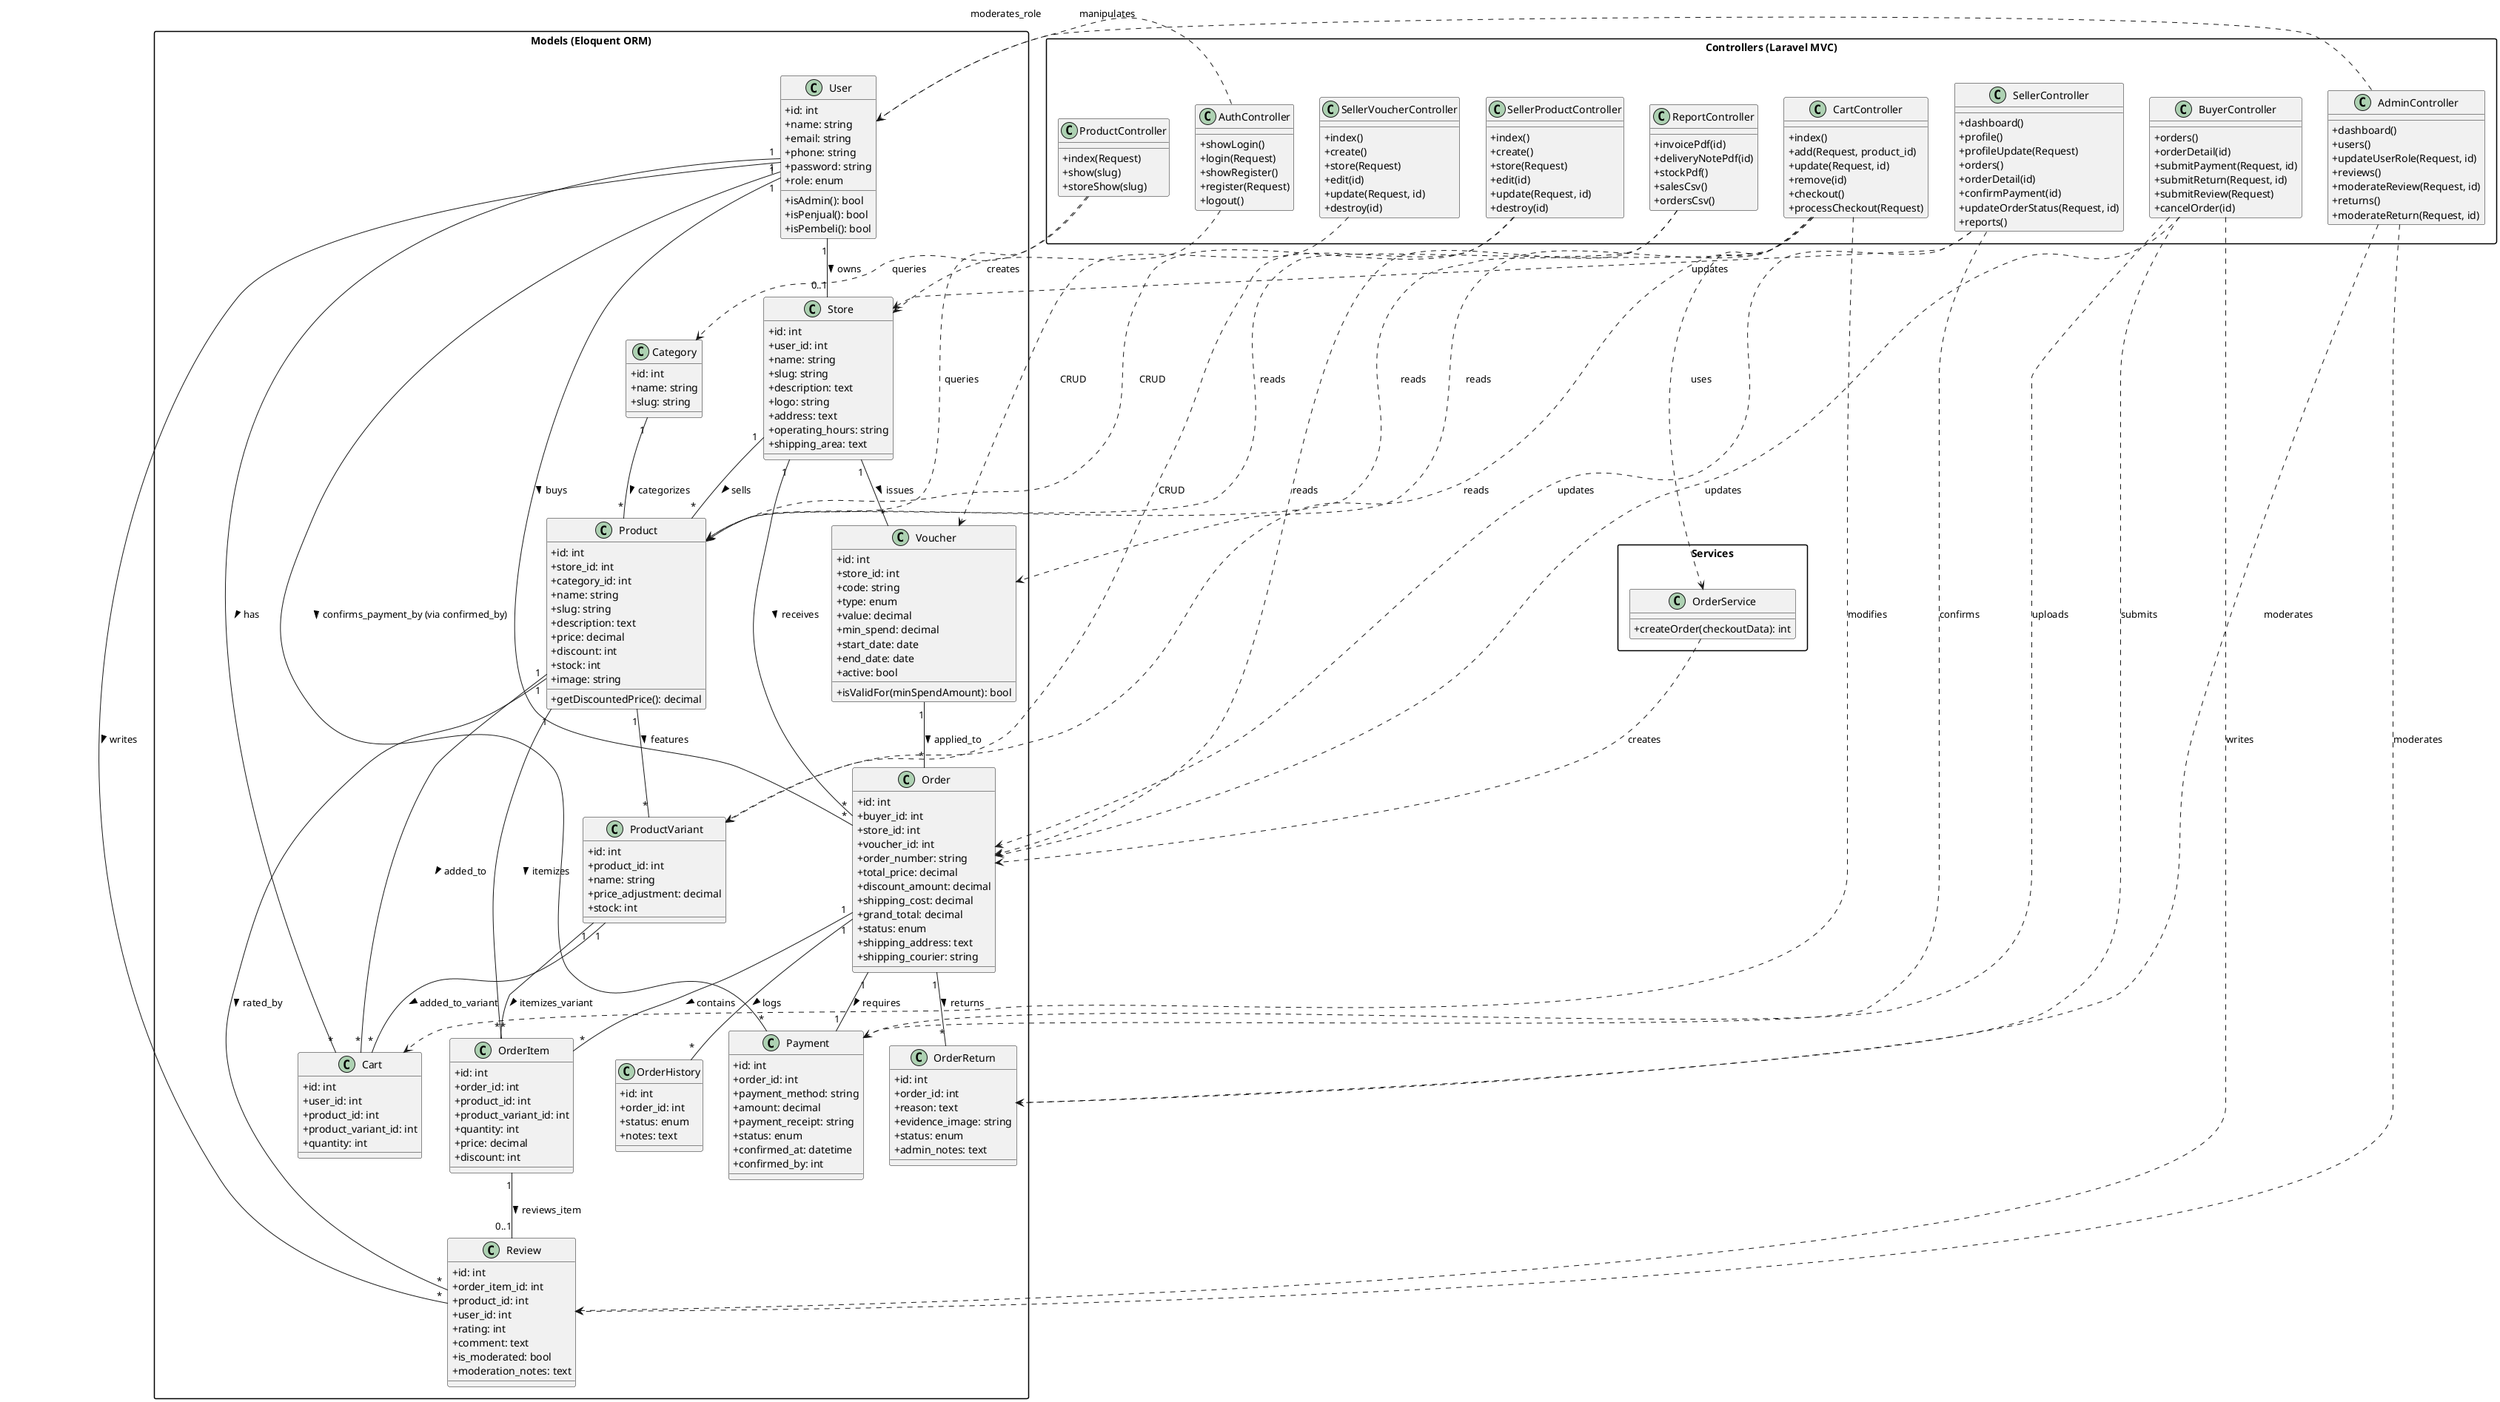
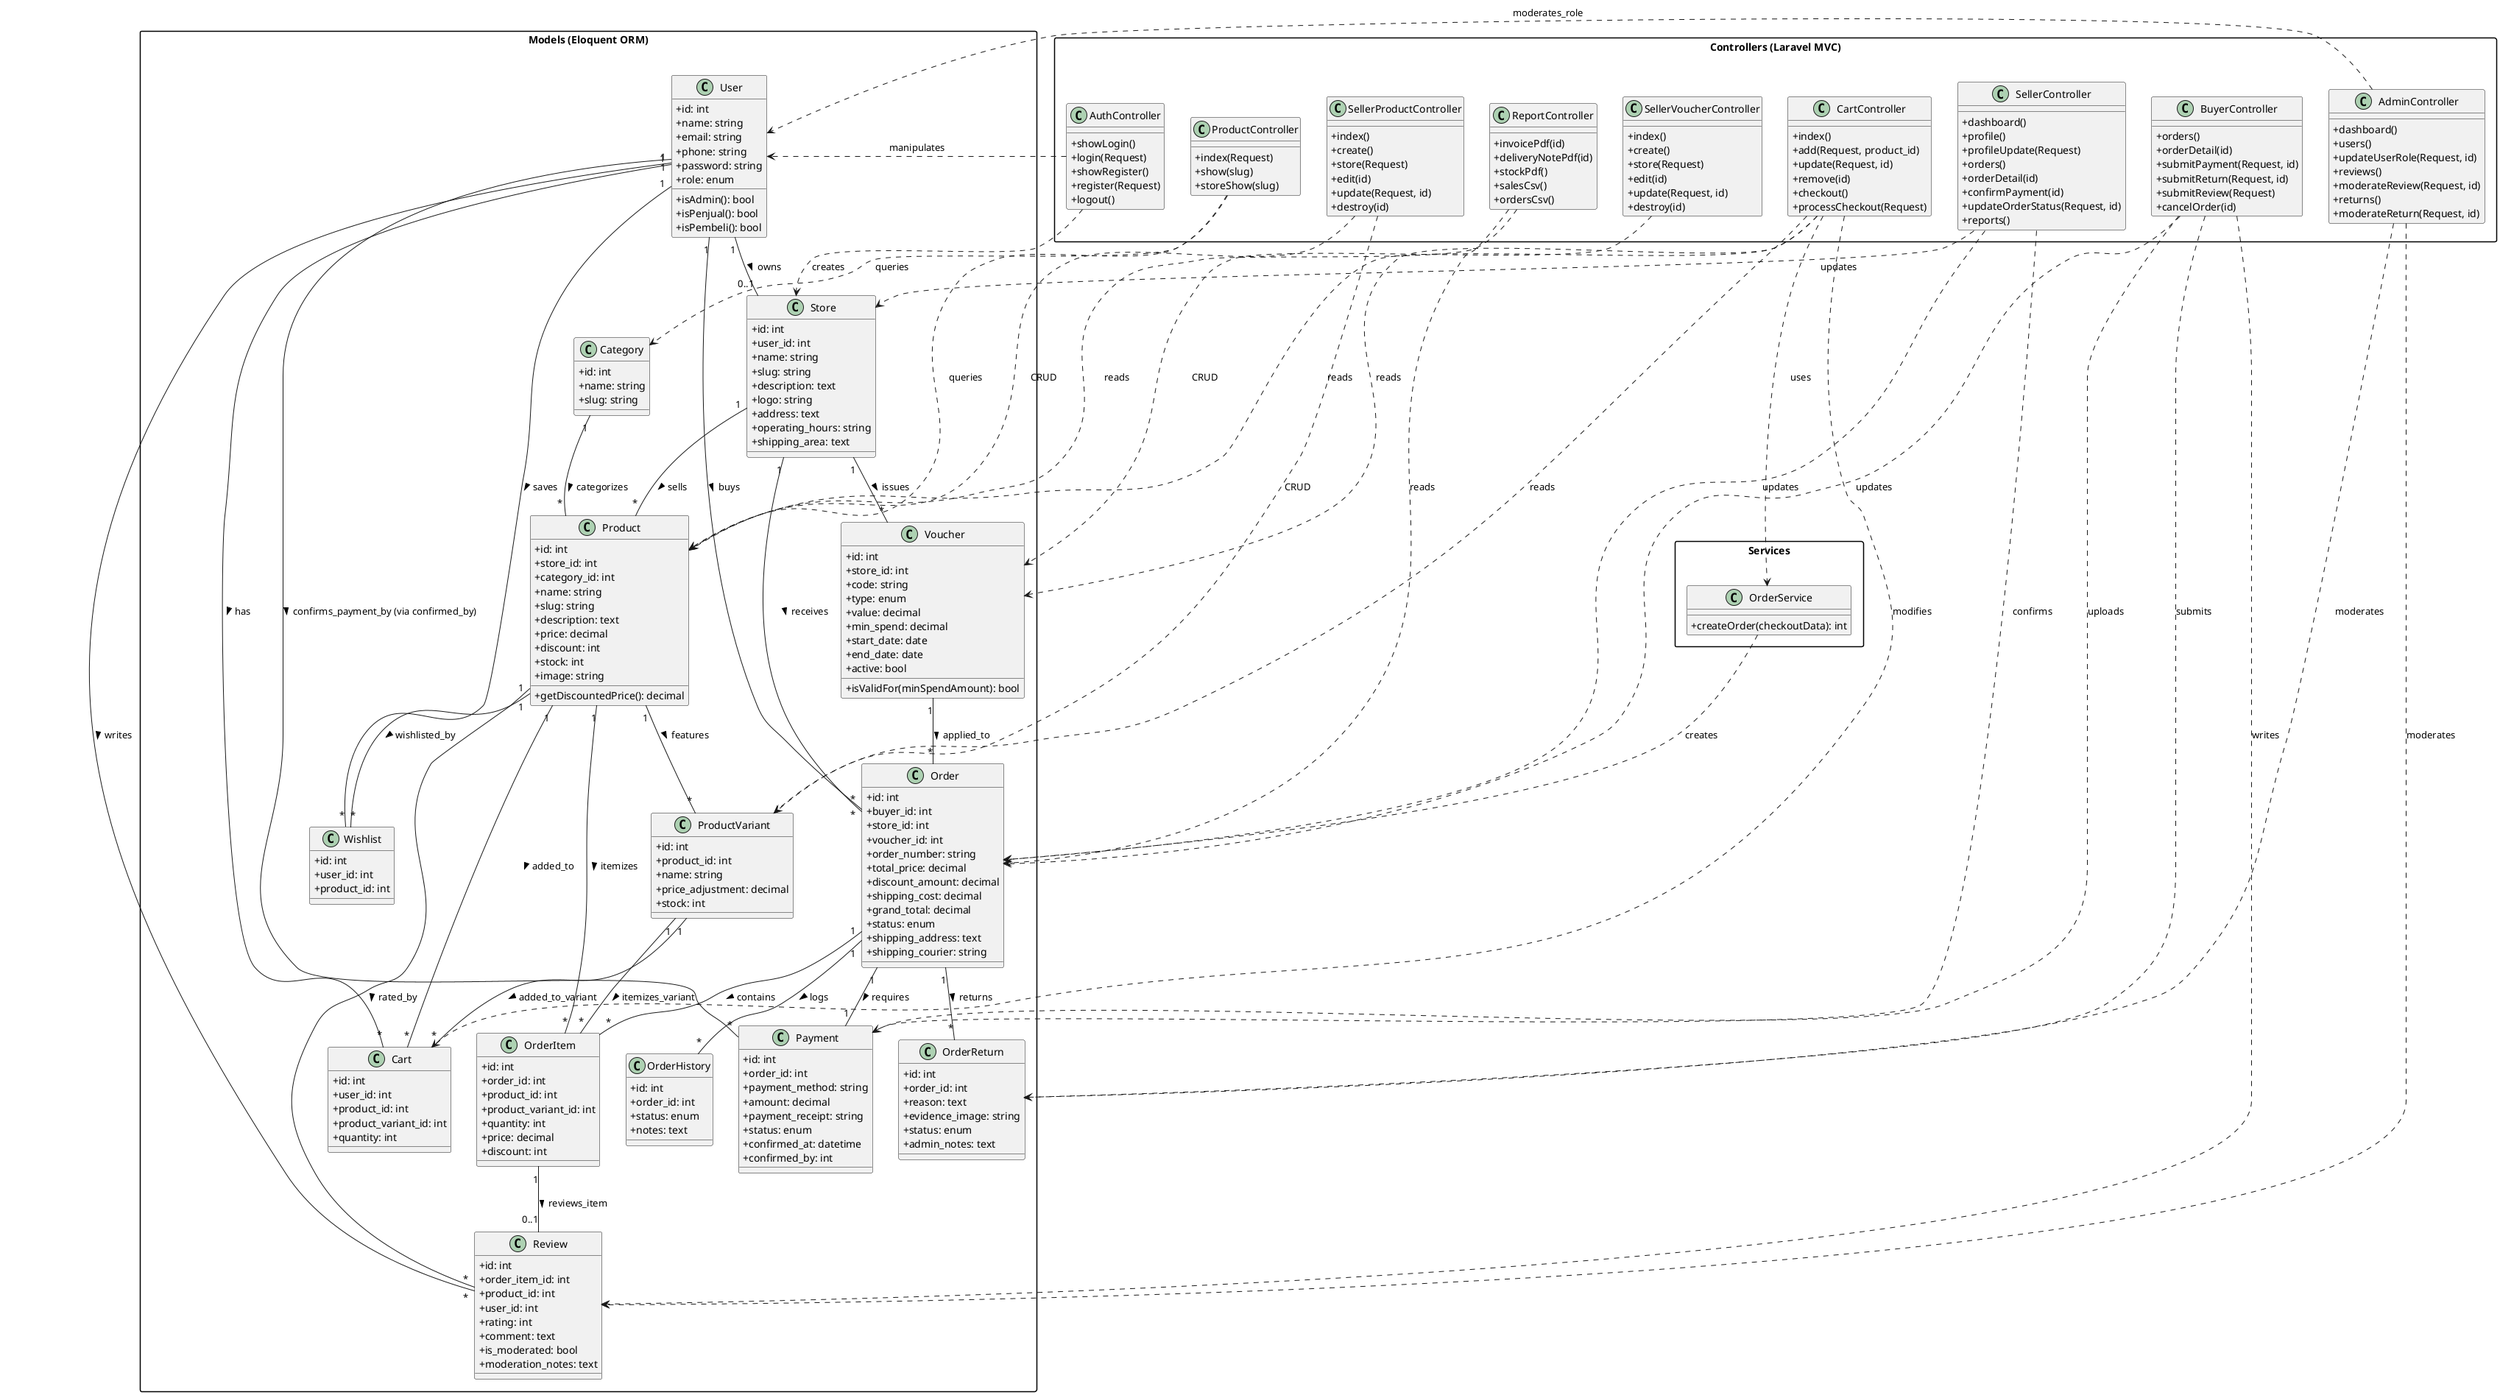
@startuml TokoKita Class Diagram
skinparam classAttributeIconSize 0
skinparam packageStyle rectangle

package "Controllers (Laravel MVC)" {
    class AuthController {
        +showLogin()
        +login(Request)
        +showRegister()
        +register(Request)
        +logout()
    }

    class ProductController {
        +index(Request)
        +show(slug)
        +storeShow(slug)
    }

    class CartController {
        +index()
        +add(Request, product_id)
        +update(Request, id)
        +remove(id)
        +checkout()
        +processCheckout(Request)
    }

    class BuyerController {
        +orders()
        +orderDetail(id)
        +submitPayment(Request, id)
        +submitReturn(Request, id)
        +submitReview(Request)
        +cancelOrder(id)
    }

    class SellerController {
        +dashboard()
        +profile()
        +profileUpdate(Request)
        +orders()
        +orderDetail(id)
        +confirmPayment(id)
        +updateOrderStatus(Request, id)
        +reports()
    }

    class SellerProductController {
        +index()
        +create()
        +store(Request)
        +edit(id)
        +update(Request, id)
        +destroy(id)
    }

    class SellerVoucherController {
        +index()
        +create()
        +store(Request)
        +edit(id)
        +update(Request, id)
        +destroy(id)
    }

    class AdminController {
        +dashboard()
        +users()
        +updateUserRole(Request, id)
        +reviews()
        +moderateReview(Request, id)
        +returns()
        +moderateReturn(Request, id)
    }

    class ReportController {
        +invoicePdf(id)
        +deliveryNotePdf(id)
        +stockPdf()
        +salesCsv()
        +ordersCsv()
    }
}

package "Services" {
    class OrderService {
        +createOrder(checkoutData): int
    }
}

package "Models (Eloquent ORM)" {
    class User {
        +id: int
        +name: string
        +email: string
        +phone: string
        +password: string
        +role: enum
        +isAdmin(): bool
        +isPenjual(): bool
        +isPembeli(): bool
    }

    class Store {
        +id: int
        +user_id: int
        +name: string
        +slug: string
        +description: text
        +logo: string
        +address: text
        +operating_hours: string
        +shipping_area: text
    }

    class Category {
        +id: int
        +name: string
        +slug: string
    }

    class Product {
        +id: int
        +store_id: int
        +category_id: int
        +name: string
        +slug: string
        +description: text
        +price: decimal
        +discount: int
        +stock: int
        +image: string
        +getDiscountedPrice(): decimal
    }

    class ProductVariant {
        +id: int
        +product_id: int
        +name: string
        +price_adjustment: decimal
        +stock: int
    }

    class Voucher {
        +id: int
        +store_id: int
        +code: string
        +type: enum
        +value: decimal
        +min_spend: decimal
        +start_date: date
        +end_date: date
        +active: bool
        +isValidFor(minSpendAmount): bool
    }

    class Cart {
        +id: int
        +user_id: int
        +product_id: int
        +product_variant_id: int
        +quantity: int
    }

    class Order {
        +id: int
        +buyer_id: int
        +store_id: int
        +voucher_id: int
        +order_number: string
        +total_price: decimal
        +discount_amount: decimal
        +shipping_cost: decimal
        +grand_total: decimal
        +status: enum
        +shipping_address: text
        +shipping_courier: string
    }

    class OrderItem {
        +id: int
        +order_id: int
        +product_id: int
        +product_variant_id: int
        +quantity: int
        +price: decimal
        +discount: int
    }

    class Payment {
        +id: int
        +order_id: int
        +payment_method: string
        +amount: decimal
        +payment_receipt: string
        +status: enum
        +confirmed_at: datetime
        +confirmed_by: int
    }

    class Review {
        +id: int
        +order_item_id: int
        +product_id: int
        +user_id: int
        +rating: int
        +comment: text
        +is_moderated: bool
        +moderation_notes: text
    }

    class OrderHistory {
        +id: int
        +order_id: int
        +status: enum
        +notes: text
    }

    class OrderReturn {
        +id: int
        +order_id: int
        +reason: text
        +evidence_image: string
        +status: enum
        +admin_notes: text
    }
+ 
+     class Wishlist {
+         +id: int
+         +user_id: int
+         +product_id: int
+     }
}

' Model Relationships
User "1" -- "0..1" Store : owns >
User "1" -- "*" Cart : has >
User "1" -- "*" Order : buys >
User "1" -- "*" Review : writes >
+ User "1" -- "*" Wishlist : saves >

Store "1" -- "*" Product : sells >
Store "1" -- "*" Voucher : issues >
Store "1" -- "*" Order : receives >

Category "1" -- "*" Product : categorizes >

Product "1" -- "*" ProductVariant : features >
Product "1" -- "*" Cart : added_to >
Product "1" -- "*" OrderItem : itemizes >
Product "1" -- "*" Review : rated_by >
+ Product "1" -- "*" Wishlist : wishlisted_by >

ProductVariant "1" -- "*" Cart : added_to_variant >
ProductVariant "1" -- "*" OrderItem : itemizes_variant >

Voucher "1" -- "*" Order : applied_to >

Order "1" -- "*" OrderItem : contains >
Order "1" -- "1" Payment : requires >
Order "1" -- "*" OrderHistory : logs >
Order "1" -- "*" OrderReturn : returns >

OrderItem "1" -- "0..1" Review : reviews_item >

User "1" -- "*" Payment : confirms_payment_by (via confirmed_by) >

' Controller Model Dependencies
AuthController ..> User : manipulates
AuthController ..> Store : creates

ProductController ..> Product : queries
ProductController ..> Category : queries

CartController ..> Cart : modifies
CartController ..> Product : reads
CartController ..> ProductVariant : reads
CartController ..> Voucher : reads
CartController ..> OrderService : uses
OrderService ..> Order : creates

BuyerController ..> Order : updates
BuyerController ..> Payment : uploads
BuyerController ..> OrderReturn : submits
BuyerController ..> Review : writes

SellerController ..> Order : updates
SellerController ..> Payment : confirms
SellerController ..> Store : updates

SellerProductController ..> Product : CRUD
SellerProductController ..> ProductVariant : CRUD

SellerVoucherController ..> Voucher : CRUD

AdminController ..> User : moderates_role
AdminController ..> Review : moderates
AdminController ..> OrderReturn : moderates

ReportController ..> Order : reads
ReportController ..> Product : reads

@enduml
